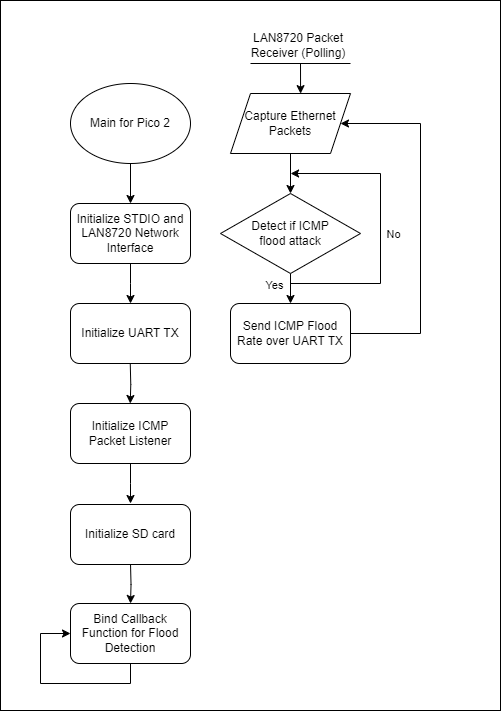
TARZH3N/pico-team20 keeps this draw.io diagram as FlowChartPico2.png. Above is the earlier version. Source tidied: cells renumbered, new cells last; positions are measured from the earlier drawing's top-left corner, leaving out a move shared by most shapes. Its diagram source:
```xml
<mxGraphModel>
  <root>
    <mxCell id="0" />
    <mxCell id="1" parent="0" />
    <mxCell id="2" style="rounded=0;whiteSpace=wrap;html=1;" parent="1" vertex="1">
      <mxGeometry width="500" height="710" as="geometry" />
    </mxCell>
    <mxCell id="3" style="edgeStyle=orthogonalEdgeStyle;rounded=0;jettySize=auto;html=1;entryX=0.5;entryY=0;entryDx=0;entryDy=0;" parent="1" edge="1" source="4" target="9">
      <mxGeometry relative="1" as="geometry" />
    </mxCell>
    <mxCell id="4" value="Capture Ethernet Packets" style="shape=parallelogram;perimeter=parallelogramPerimeter;whiteSpace=wrap;html=1;fixedSize=1;" parent="1" vertex="1">
      <mxGeometry x="230" y="93" width="120" height="60" as="geometry" />
    </mxCell>
    <mxCell id="5" style="edgeStyle=orthogonalEdgeStyle;rounded=0;jettySize=auto;html=1;exitX=0.5;exitY=1;exitDx=0;exitDy=0;entryX=0.5;entryY=0;entryDx=0;entryDy=0;" parent="1" edge="1" source="9">
      <mxGeometry relative="1" as="geometry">
        <mxPoint x="290" y="303" as="targetPoint" />
      </mxGeometry>
    </mxCell>
    <mxCell id="6" value="Yes" style="edgeLabel;html=1;align=center;verticalAlign=middle;" parent="5" vertex="1">
      <mxGeometry x="-0.32" y="1" relative="1" as="geometry">
        <mxPoint x="-18" y="1" as="offset" />
      </mxGeometry>
    </mxCell>
    <mxCell id="7" style="edgeStyle=orthogonalEdgeStyle;rounded=0;jettySize=auto;html=1;exitX=0.5;exitY=1;exitDx=0;exitDy=0;" parent="1" edge="1" source="9">
      <mxGeometry relative="1" as="geometry">
        <mxPoint x="290.1" y="173" as="targetPoint" />
        <Array as="points">
          <mxPoint x="290" y="283" />
          <mxPoint x="380" y="283" />
          <mxPoint x="380" y="173" />
        </Array>
      </mxGeometry>
    </mxCell>
    <mxCell id="8" value="No" style="edgeLabel;html=1;align=center;verticalAlign=middle;" parent="7" vertex="1">
      <mxGeometry x="0.66" relative="1" as="geometry">
        <mxPoint x="50" y="60" as="offset" />
      </mxGeometry>
    </mxCell>
    <mxCell id="9" value="Detect if ICMP&lt;br&gt;flood attack" style="rhombus;whiteSpace=wrap;html=1;" parent="1" vertex="1">
      <mxGeometry x="220" y="193" width="140" height="80" as="geometry" />
    </mxCell>
    <mxCell id="10" style="edgeStyle=orthogonalEdgeStyle;rounded=0;jettySize=auto;html=1;entryX=1;entryY=0.5;entryDx=0;entryDy=0;exitX=1;exitY=0.5;exitDx=0;exitDy=0;" parent="1" edge="1" target="4">
      <mxGeometry relative="1" as="geometry">
        <mxPoint x="340" y="333" as="sourcePoint" />
        <Array as="points">
          <mxPoint x="420" y="333" />
          <mxPoint x="420" y="123" />
        </Array>
      </mxGeometry>
    </mxCell>
    <mxCell id="11" style="edgeStyle=orthogonalEdgeStyle;rounded=0;orthogonalLoop=1;jettySize=auto;html=1;exitX=0.5;exitY=1;exitDx=0;exitDy=0;" parent="1" edge="1" source="9" target="9">
      <mxGeometry relative="1" as="geometry" />
    </mxCell>
    <mxCell id="12" style="edgeStyle=orthogonalEdgeStyle;rounded=0;jettySize=auto;html=1;entryX=0.5;entryY=0;entryDx=0;entryDy=0;" parent="1" edge="1" source="13" target="15">
      <mxGeometry relative="1" as="geometry" />
    </mxCell>
    <mxCell id="13" value="Main for Pico 2" style="ellipse;whiteSpace=wrap;html=1;" parent="1" vertex="1">
      <mxGeometry x="70" y="83" width="120" height="80" as="geometry" />
    </mxCell>
    <mxCell id="14" style="edgeStyle=orthogonalEdgeStyle;rounded=0;jettySize=auto;html=1;entryX=0.5;entryY=0;entryDx=0;entryDy=0;" parent="1" edge="1" source="15">
      <mxGeometry relative="1" as="geometry">
        <mxPoint x="130" y="303" as="targetPoint" />
      </mxGeometry>
    </mxCell>
    <mxCell id="15" value="Initialize STDIO and LAN8720 Network Interface" style="rounded=1;whiteSpace=wrap;html=1;" parent="1" vertex="1">
      <mxGeometry x="70" y="203" width="120" height="60" as="geometry" />
    </mxCell>
    <mxCell id="16" style="endArrow=none;html=1;rounded=0;" parent="1" edge="1">
      <mxGeometry relative="1" as="geometry">
        <mxPoint x="250" y="63" as="sourcePoint" />
        <mxPoint x="350" y="63" as="targetPoint" />
      </mxGeometry>
    </mxCell>
    <mxCell id="17" style="edgeStyle=orthogonalEdgeStyle;rounded=0;jettySize=auto;html=1;entryX=0.5;entryY=0;entryDx=0;entryDy=0;" parent="1" edge="1" source="19">
      <mxGeometry relative="1" as="geometry">
        <mxPoint x="130" y="503" as="targetPoint" />
      </mxGeometry>
    </mxCell>
    <mxCell id="18" value="LAN8720 Packet Receiver (Polling)" style="text;html=1;strokeColor=none;fillColor=none;align=center;verticalAlign=middle;whiteSpace=wrap;rounded=0;" parent="1" vertex="1">
      <mxGeometry x="233" y="30" width="130" height="30" as="geometry" />
    </mxCell>
    <mxCell id="19" value="Initialize ICMP &lt;br&gt;Packet Listener" style="rounded=1;whiteSpace=wrap;html=1;" parent="1" vertex="1">
      <mxGeometry x="70" y="403" width="120" height="60" as="geometry" />
    </mxCell>
    <mxCell id="20" style="edgeStyle=orthogonalEdgeStyle;rounded=0;orthogonalLoop=1;jettySize=auto;html=1;entryX=0.5;entryY=0;entryDx=0;entryDy=0;exitX=0.5;exitY=1;exitDx=0;exitDy=0;" parent="1" edge="1">
      <mxGeometry relative="1" as="geometry">
        <mxPoint x="130" y="563" as="sourcePoint" />
        <mxPoint x="130" y="603" as="targetPoint" />
      </mxGeometry>
    </mxCell>
    <mxCell id="21" value="Initialize UART TX" style="rounded=1;whiteSpace=wrap;html=1;" parent="1" vertex="1">
      <mxGeometry x="70" y="303" width="120" height="60" as="geometry" />
    </mxCell>
    <mxCell id="22" style="edgeStyle=orthogonalEdgeStyle;rounded=0;orthogonalLoop=1;jettySize=auto;html=1;entryX=0.5;entryY=0;entryDx=0;entryDy=0;" parent="1" edge="1">
      <mxGeometry relative="1" as="geometry">
        <mxPoint x="129.8" y="363" as="sourcePoint" />
        <mxPoint x="129.8" y="403" as="targetPoint" />
      </mxGeometry>
    </mxCell>
    <mxCell id="23" style="endArrow=classic;html=1;rounded=0;entryX=0.584;entryY=0.002;entryDx=0;entryDy=0;entryPerimeter=0;" parent="1" edge="1" target="4">
      <mxGeometry relative="1" as="geometry">
        <mxPoint x="300" y="63" as="sourcePoint" />
      </mxGeometry>
    </mxCell>
    <mxCell id="24" value="Initialize SD card" style="rounded=1;whiteSpace=wrap;html=1;" parent="1" vertex="1">
      <mxGeometry x="70" y="504" width="120" height="60" as="geometry" />
    </mxCell>
    <mxCell id="25" value="Bind Callback Function for Flood Detection" style="rounded=1;whiteSpace=wrap;html=1;" parent="1" vertex="1">
      <mxGeometry x="70" y="603" width="120" height="60" as="geometry" />
    </mxCell>
    <mxCell id="26" style="edgeStyle=orthogonalEdgeStyle;rounded=0;orthogonalLoop=1;jettySize=auto;html=1;exitX=0.5;exitY=1;exitDx=0;exitDy=0;entryX=0;entryY=0.5;entryDx=0;entryDy=0;" parent="1" edge="1" source="25" target="25">
      <mxGeometry relative="1" as="geometry">
        <Array as="points">
          <mxPoint x="130" y="683" />
          <mxPoint x="40" y="683" />
          <mxPoint x="40" y="633" />
        </Array>
      </mxGeometry>
    </mxCell>
    <mxCell id="27" value="Send ICMP Flood Rate over UART TX" style="rounded=1;whiteSpace=wrap;html=1;" parent="1" vertex="1">
      <mxGeometry x="230" y="303" width="120" height="60" as="geometry" />
    </mxCell>
  </root>
</mxGraphModel>
```
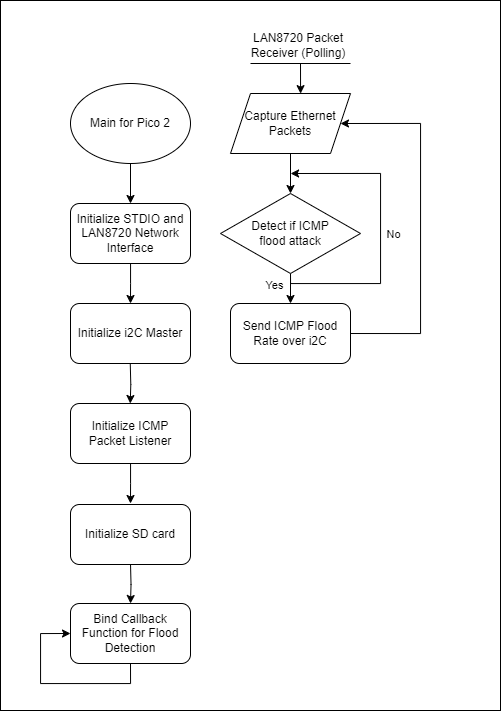
The same diagram one commit later.

What changed in the source:
```diff
@@ -88,7 +88,7 @@
         <mxPoint x="130" y="603" as="targetPoint" />
       </mxGeometry>
     </mxCell>
-    <mxCell id="21" value="Initialize UART TX" style="rounded=1;whiteSpace=wrap;html=1;" parent="1" vertex="1">
+    <mxCell id="21" value="Initialize i2C Master" style="rounded=1;whiteSpace=wrap;html=1;" parent="1" vertex="1">
       <mxGeometry x="70" y="303" width="120" height="60" as="geometry" />
     </mxCell>
     <mxCell id="22" style="edgeStyle=orthogonalEdgeStyle;rounded=0;orthogonalLoop=1;jettySize=auto;html=1;entryX=0.5;entryY=0;entryDx=0;entryDy=0;" parent="1" edge="1">
@@ -117,7 +117,7 @@
         </Array>
       </mxGeometry>
     </mxCell>
-    <mxCell id="27" value="Send ICMP Flood Rate over UART TX" style="rounded=1;whiteSpace=wrap;html=1;" parent="1" vertex="1">
+    <mxCell id="27" value="Send ICMP Flood Rate over i2C" style="rounded=1;whiteSpace=wrap;html=1;" parent="1" vertex="1">
       <mxGeometry x="230" y="303" width="120" height="60" as="geometry" />
     </mxCell>
   </root>
```
